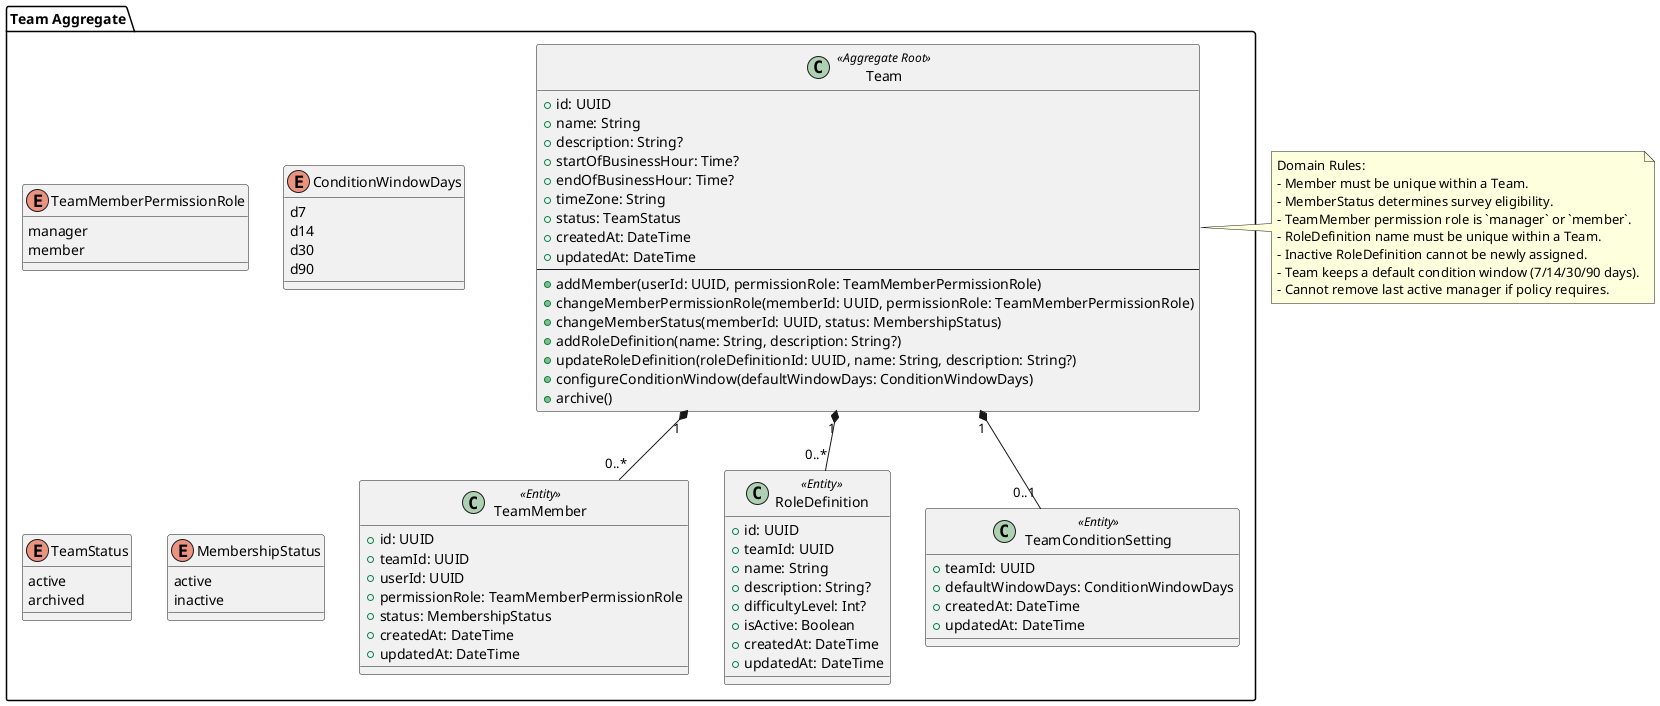
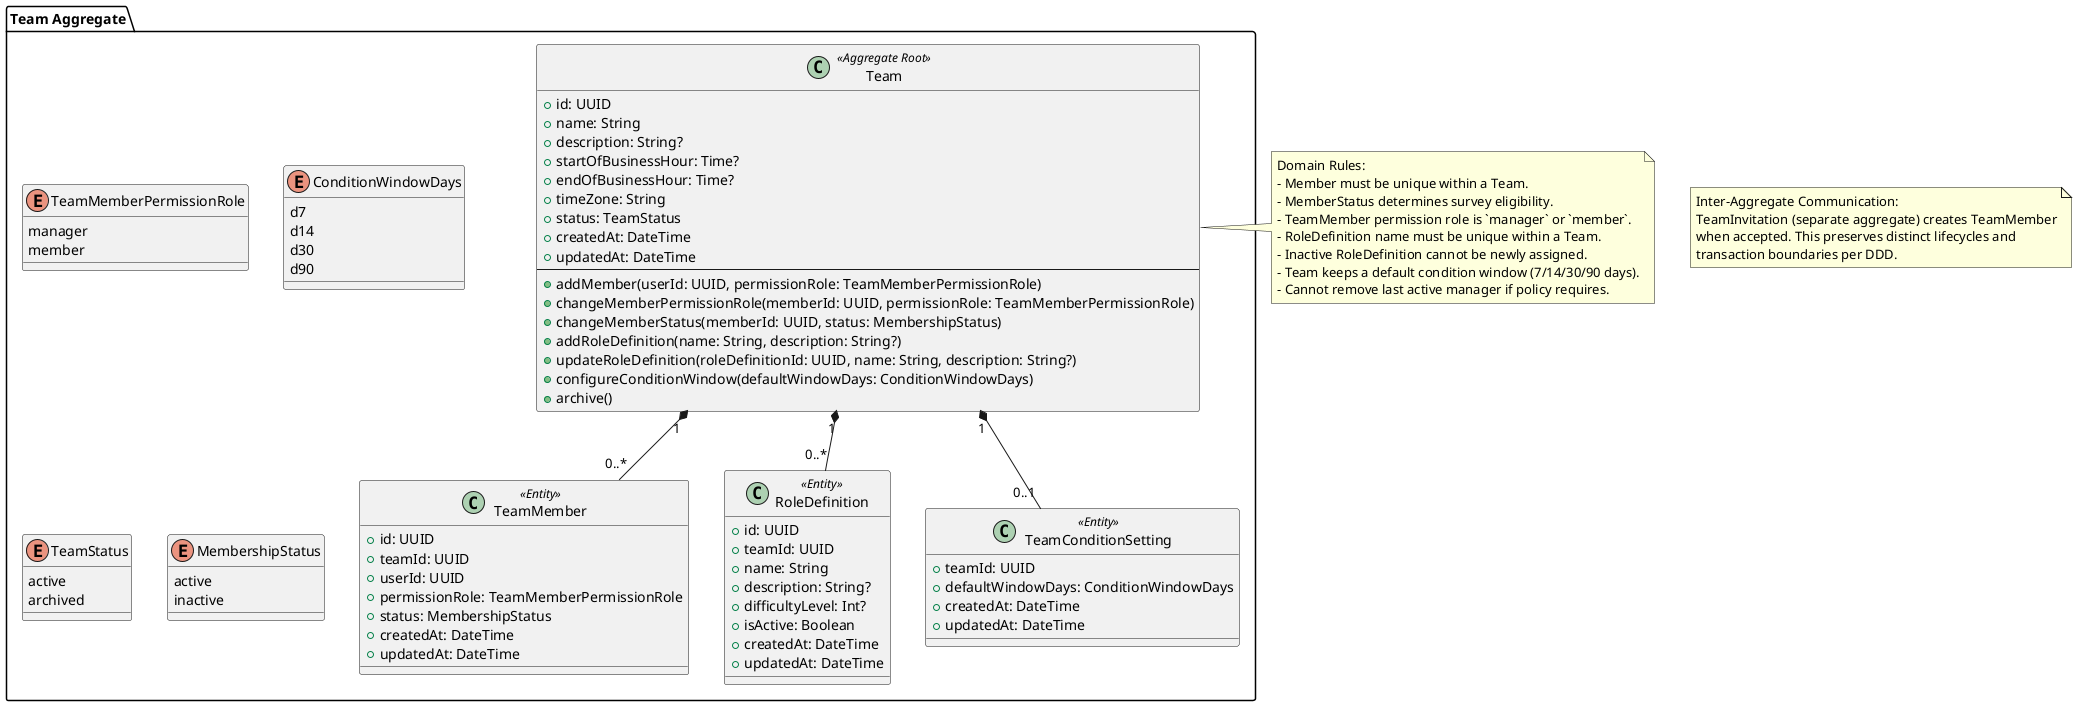
@startuml
package "Team Aggregate" {

  class Team <<Aggregate Root>> {
    +id: UUID
    +name: String
    +description: String?
    +startOfBusinessHour: Time?
    +endOfBusinessHour: Time?
    +timeZone: String
    +status: TeamStatus
    +createdAt: DateTime
    +updatedAt: DateTime
    --
    +addMember(userId: UUID, permissionRole: TeamMemberPermissionRole)
    +changeMemberPermissionRole(memberId: UUID, permissionRole: TeamMemberPermissionRole)
    +changeMemberStatus(memberId: UUID, status: MembershipStatus)
    +addRoleDefinition(name: String, description: String?)
    +updateRoleDefinition(roleDefinitionId: UUID, name: String, description: String?)
    +configureConditionWindow(defaultWindowDays: ConditionWindowDays)
    +archive()
  }

  class TeamMember <<Entity>> {
    +id: UUID
    +teamId: UUID
    +userId: UUID
    +permissionRole: TeamMemberPermissionRole
    +status: MembershipStatus
    +createdAt: DateTime
    +updatedAt: DateTime
  }

  class RoleDefinition <<Entity>> {
    +id: UUID
    +teamId: UUID
    +name: String
    +description: String?
    +difficultyLevel: Int?
    +isActive: Boolean
    +createdAt: DateTime
    +updatedAt: DateTime
  }

  class TeamConditionSetting <<Entity>> {
    +teamId: UUID
    +defaultWindowDays: ConditionWindowDays
    +createdAt: DateTime
    +updatedAt: DateTime
  }

  enum TeamMemberPermissionRole {
    manager
    member
  }

  enum ConditionWindowDays {
    d7
    d14
    d30
    d90
  }

  enum TeamStatus {
    active
    archived
  }

  enum MembershipStatus {
    active
    inactive
  }

  Team "1" *-- "0..*" TeamMember
  Team "1" *-- "0..*" RoleDefinition
  Team "1" *-- "0..1" TeamConditionSetting
}

note right of Team
Domain Rules:
- Member must be unique within a Team.
- MemberStatus determines survey eligibility.
- TeamMember permission role is `manager` or `member`.
- RoleDefinition name must be unique within a Team.
- Inactive RoleDefinition cannot be newly assigned.
- Team keeps a default condition window (7/14/30/90 days).
- Cannot remove last active manager if policy requires.
end note

+ note as N1
+ Inter-Aggregate Communication:
+ TeamInvitation (separate aggregate) creates TeamMember
+ when accepted. This preserves distinct lifecycles and
+ transaction boundaries per DDD.
+ end note
+ 
@enduml